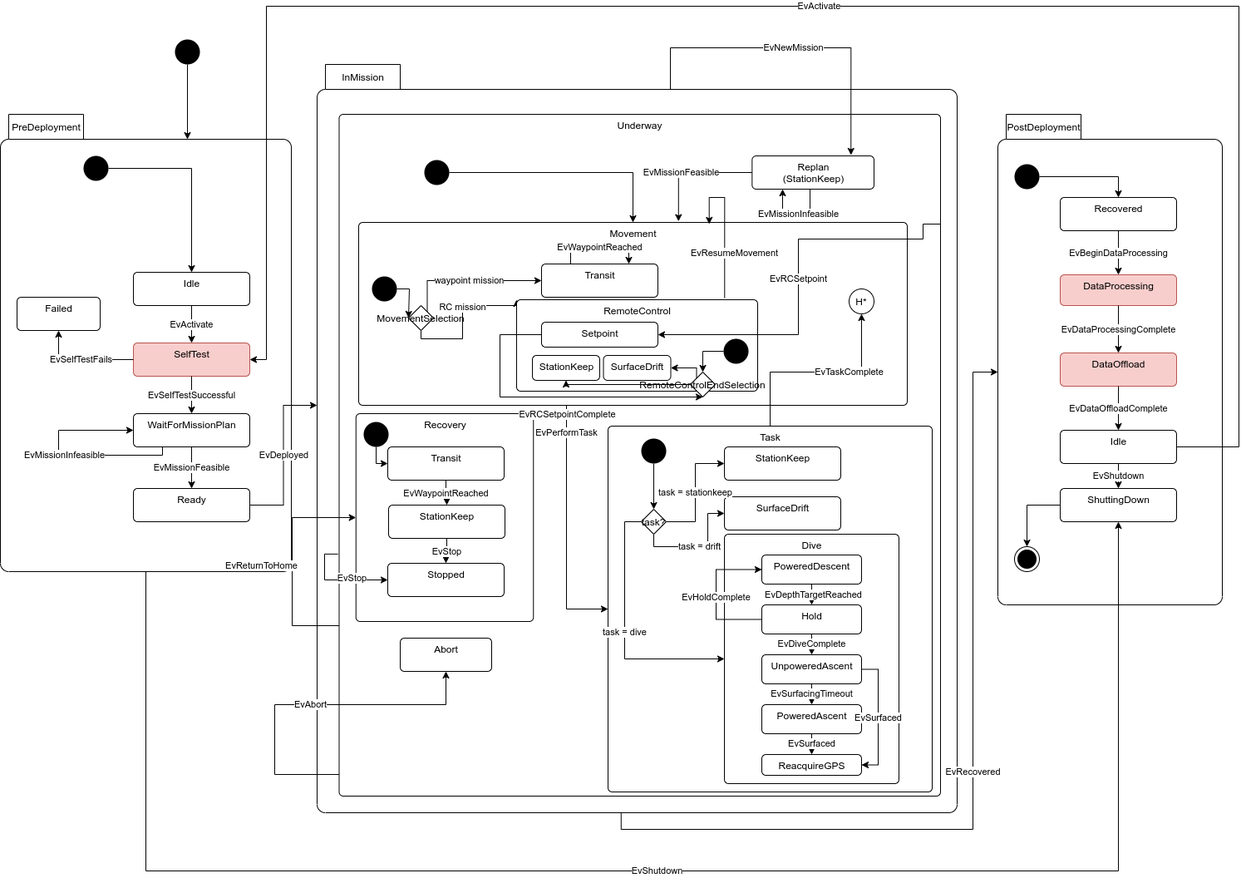
Before: src/doc/figures/mission-states.png, a diagram exported from draw.io (jaiarobotics/jaiabot). Source tidied: cells renumbered, new cells last; positions are measured from the earlier drawing's top-left corner, leaving out a move shared by most shapes.
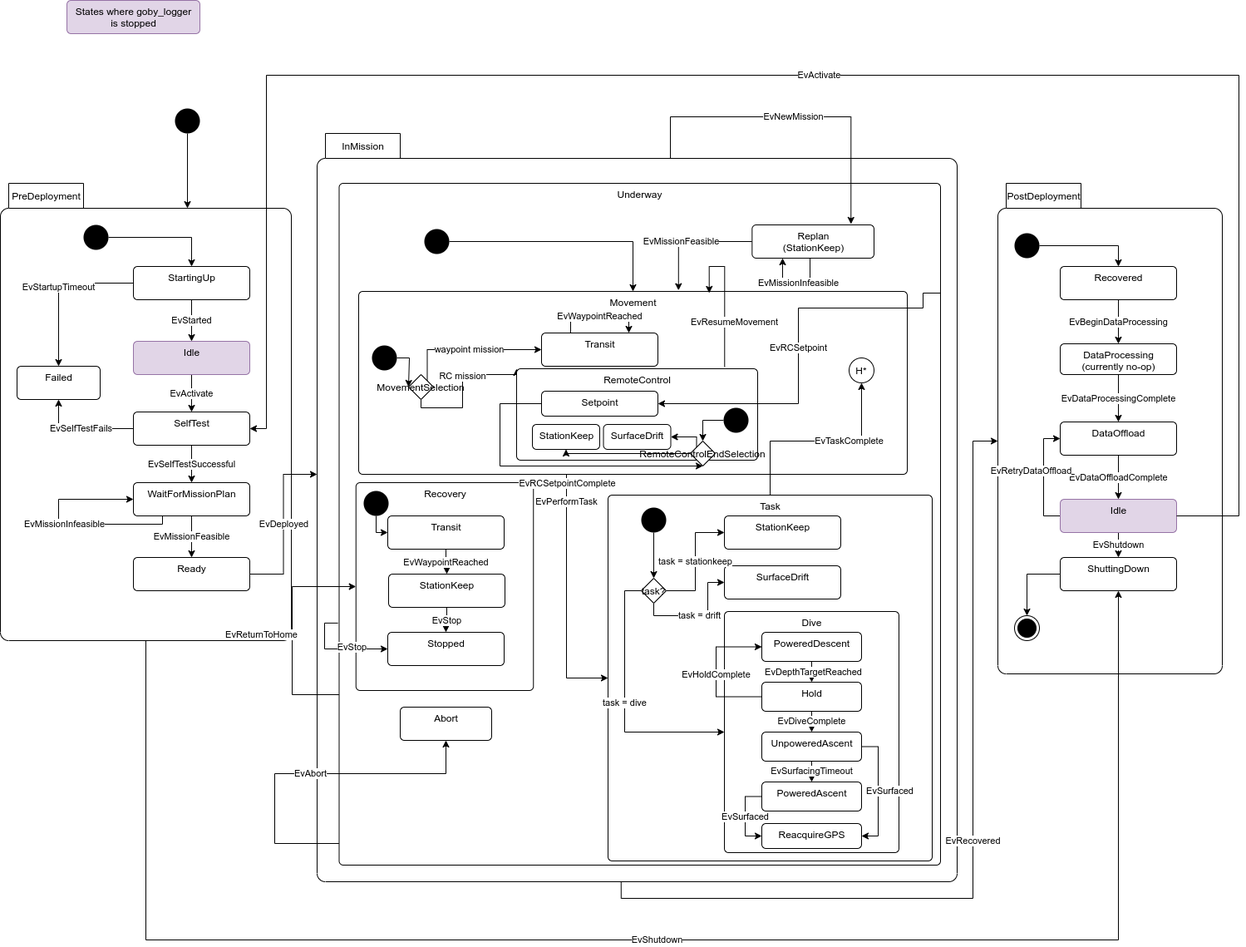
Above is the later version.

The edit, as a diff of the source:
```diff
@@ -11,13 +11,13 @@
     <mxCell id="4" value="Recovered" style="html=1;align=center;verticalAlign=top;rounded=1;absoluteArcSize=1;arcSize=10;dashed=0;" parent="2" vertex="1">
       <mxGeometry x="75" y="90" width="140" height="40" as="geometry" />
     </mxCell>
-    <mxCell id="5" value="DataProcessing" style="html=1;align=center;verticalAlign=top;rounded=1;absoluteArcSize=1;arcSize=10;dashed=0;fillColor=#f8cecc;strokeColor=#b85450;" parent="2" vertex="1">
+    <mxCell id="5" value="DataProcessing&lt;br&gt;(currently no-op)" style="html=1;align=center;verticalAlign=top;rounded=1;absoluteArcSize=1;arcSize=10;dashed=0;" parent="2" vertex="1">
       <mxGeometry x="75" y="183" width="140" height="37" as="geometry" />
     </mxCell>
     <mxCell id="6" value="EvBeginDataProcessing" style="edgeStyle=orthogonalEdgeStyle;rounded=0;jettySize=auto;html=1;" parent="2" edge="1" source="4" target="5">
       <mxGeometry relative="1" as="geometry" />
     </mxCell>
-    <mxCell id="7" value="DataOffload" style="html=1;align=center;verticalAlign=top;rounded=1;absoluteArcSize=1;arcSize=10;dashed=0;fillColor=#f8cecc;strokeColor=#b85450;" parent="2" vertex="1">
+    <mxCell id="7" value="DataOffload" style="html=1;align=center;verticalAlign=top;rounded=1;absoluteArcSize=1;arcSize=10;dashed=0;" parent="2" vertex="1">
       <mxGeometry x="75" y="277" width="140" height="40" as="geometry" />
     </mxCell>
     <mxCell id="8" value="EvDataProcessingComplete" style="edgeStyle=orthogonalEdgeStyle;rounded=0;jettySize=auto;html=1;" parent="2" edge="1" source="5" target="7">
@@ -46,7 +46,15 @@
     <mxCell id="15" value="EvShutdown" style="edgeStyle=orthogonalEdgeStyle;rounded=0;jettySize=auto;html=1;entryX=0.5;entryY=0;entryDx=0;entryDy=0;" parent="2" edge="1" source="16" target="10">
       <mxGeometry relative="1" as="geometry" />
     </mxCell>
+    <mxCell id="106" value="EvRetryDataOffload" style="edgeStyle=orthogonalEdgeStyle;rounded=0;jettySize=auto;html=1;entryX=0;entryY=0.5;entryDx=0;entryDy=0;" parent="2" edge="1" source="16" target="7">
+      <mxGeometry x="0.12" y="15" relative="1" as="geometry">
+        <Array as="points">
+          <mxPoint x="55" y="390" />
+          <mxPoint x="55" y="297" />
+        </Array>
+      </mxGeometry>
+    </mxCell>
-    <mxCell id="16" value="Idle" style="html=1;align=center;verticalAlign=top;rounded=1;absoluteArcSize=1;arcSize=10;dashed=0;" parent="2" vertex="1">
+    <mxCell id="16" value="Idle" style="html=1;align=center;verticalAlign=top;rounded=1;absoluteArcSize=1;arcSize=10;dashed=0;fillColor=#e1d5e7;strokeColor=#9673a6;" parent="2" vertex="1">
       <mxGeometry x="75" y="370" width="140" height="40" as="geometry" />
     </mxCell>
     <mxCell id="17" style="group;" parent="1" vertex="1">
@@ -55,7 +63,7 @@
     <mxCell id="18" value="PreDeployment" style="shape=folder;align=center;verticalAlign=middle;fontStyle=0;tabWidth=100;tabHeight=30;tabPosition=left;html=1;boundedLbl=1;labelInHeader=1;rounded=1;absoluteArcSize=1;arcSize=10;" parent="17" vertex="1">
       <mxGeometry x="-80" y="-40" width="350" height="550" as="geometry" />
     </mxCell>
-    <mxCell id="19" value="SelfTest" style="html=1;align=center;verticalAlign=top;rounded=1;absoluteArcSize=1;arcSize=10;dashed=0;fillColor=#f8cecc;strokeColor=#b85450;" parent="17" vertex="1">
+    <mxCell id="19" value="SelfTest" style="html=1;align=center;verticalAlign=top;rounded=1;absoluteArcSize=1;arcSize=10;dashed=0;" parent="17" vertex="1">
       <mxGeometry x="80" y="235" width="140" height="40" as="geometry" />
     </mxCell>
     <mxCell id="20" value="WaitForMissionPlan" style="html=1;align=center;verticalAlign=top;rounded=1;absoluteArcSize=1;arcSize=10;dashed=0;" parent="17" vertex="1">
@@ -70,7 +78,7 @@
     <mxCell id="23" value="EvMissionFeasible" style="edgeStyle=orthogonalEdgeStyle;rounded=0;jettySize=auto;html=1;" parent="17" edge="1" source="20" target="22">
       <mxGeometry relative="1" as="geometry" />
     </mxCell>
-    <mxCell id="24" style="edgeStyle=orthogonalEdgeStyle;rounded=0;jettySize=auto;html=1;entryX=0.5;entryY=0;entryDx=0;entryDy=0;" parent="17" edge="1" source="25" target="30">
+    <mxCell id="24" style="edgeStyle=orthogonalEdgeStyle;rounded=0;jettySize=auto;html=1;entryX=0.5;entryY=0;entryDx=0;entryDy=0;" parent="17" edge="1" source="25" target="108">
       <mxGeometry relative="1" as="geometry" />
     </mxCell>
     <mxCell id="25" style="ellipse;fillColor=#000000;strokeColor=none;" parent="17" vertex="1">
@@ -94,9 +102,18 @@
     <mxCell id="29" value="EvActivate" style="edgeStyle=orthogonalEdgeStyle;rounded=0;jettySize=auto;html=1;entryX=0.5;entryY=0;entryDx=0;entryDy=0;" parent="17" edge="1" source="30" target="19">
       <mxGeometry relative="1" as="geometry" />
     </mxCell>
-    <mxCell id="30" value="Idle" style="html=1;align=center;verticalAlign=top;rounded=1;absoluteArcSize=1;arcSize=10;dashed=0;" parent="17" vertex="1">
+    <mxCell id="30" value="Idle" style="html=1;align=center;verticalAlign=top;rounded=1;absoluteArcSize=1;arcSize=10;dashed=0;fillColor=#e1d5e7;strokeColor=#9673a6;" parent="17" vertex="1">
       <mxGeometry x="80" y="150" width="140" height="40" as="geometry" />
     </mxCell>
+    <mxCell id="107" value="EvStarted" style="edgeStyle=orthogonalEdgeStyle;rounded=0;jettySize=auto;html=1;entryX=0.5;entryY=0;entryDx=0;entryDy=0;" parent="17" edge="1" source="108" target="30">
+      <mxGeometry relative="1" as="geometry" />
+    </mxCell>
+    <mxCell id="108" value="StartingUp" style="html=1;align=center;verticalAlign=top;rounded=1;absoluteArcSize=1;arcSize=10;dashed=0;" parent="17" vertex="1">
+      <mxGeometry x="80" y="60" width="140" height="40" as="geometry" />
+    </mxCell>
+    <mxCell id="109" value="EvStartupTimeout" style="edgeStyle=orthogonalEdgeStyle;rounded=0;jettySize=auto;html=1;entryX=0.5;entryY=0;entryDx=0;entryDy=0;exitX=0;exitY=0.5;exitDx=0;exitDy=0;" parent="17" edge="1" source="108" target="27">
+      <mxGeometry relative="1" as="geometry" />
+    </mxCell>
     <mxCell id="31" style="group;" parent="1" vertex="1">
       <mxGeometry x="401" y="170" width="830" height="800" as="geometry" />
     </mxCell>
@@ -221,7 +238,7 @@
       <mxGeometry x="140" y="25" width="140" height="40" as="geometry" />
     </mxCell>
     <mxCell id="59" value="Dive" style="html=1;align=center;verticalAlign=top;rounded=1;absoluteArcSize=1;arcSize=10;dashed=0;" parent="56" vertex="1">
-      <mxGeometry x="140" y="130" width="210" height="300" as="geometry" />
+      <mxGeometry x="140" y="140" width="210" height="290" as="geometry" />
     </mxCell>
     <mxCell id="60" value="SurfaceDrift" style="html=1;align=center;verticalAlign=top;rounded=1;absoluteArcSize=1;arcSize=10;dashed=0;" parent="56" vertex="1">
       <mxGeometry x="140" y="85" width="140" height="40" as="geometry" />
@@ -262,7 +279,7 @@
       <mxGeometry x="0.03" y="-1" relative="1" as="geometry" />
     </mxCell>
     <mxCell id="69" value="PoweredDescent" style="html=1;align=center;verticalAlign=top;rounded=1;absoluteArcSize=1;arcSize=10;dashed=0;" parent="56" vertex="1">
-      <mxGeometry x="185" y="155" width="120" height="35" as="geometry" />
+      <mxGeometry x="185" y="165" width="120" height="35" as="geometry" />
     </mxCell>
     <mxCell id="70" value="EvDiveComplete" style="edgeStyle=orthogonalEdgeStyle;rounded=0;jettySize=auto;html=1;" parent="56" edge="1" source="72" target="74">
       <mxGeometry relative="1" as="geometry" />
@@ -270,33 +287,33 @@
     <mxCell id="71" value="EvHoldComplete" style="edgeStyle=orthogonalEdgeStyle;rounded=0;jettySize=auto;html=1;entryX=0;entryY=0.5;entryDx=0;entryDy=0;exitX=0;exitY=0.5;exitDx=0;exitDy=0;" parent="56" edge="1" source="72" target="69">
       <mxGeometry x="-0.03" relative="1" as="geometry">
         <Array as="points">
-          <mxPoint x="130" y="233" />
-          <mxPoint x="130" y="173" />
+          <mxPoint x="130" y="243" />
+          <mxPoint x="130" y="183" />
         </Array>
         <mxPoint y="1" as="offset" />
       </mxGeometry>
     </mxCell>
     <mxCell id="72" value="Hold" style="html=1;align=center;verticalAlign=top;rounded=1;absoluteArcSize=1;arcSize=10;dashed=0;" parent="56" vertex="1">
-      <mxGeometry x="185" y="215" width="120" height="35" as="geometry" />
+      <mxGeometry x="185" y="225" width="120" height="35" as="geometry" />
     </mxCell>
     <mxCell id="73" value="EvSurfacingTimeout" style="edgeStyle=orthogonalEdgeStyle;rounded=0;jettySize=auto;html=1;entryX=0.5;entryY=0;entryDx=0;entryDy=0;" parent="56" edge="1" source="74" target="76">
       <mxGeometry relative="1" as="geometry" />
     </mxCell>
+    <mxCell id="78" value="EvSurfaced" style="edgeStyle=orthogonalEdgeStyle;rounded=0;jettySize=auto;html=1;entryX=1;entryY=0.5;entryDx=0;entryDy=0;exitX=1;exitY=0.5;exitDx=0;exitDy=0;" parent="56" edge="1" source="74" target="77">
+      <mxGeometry x="-0.02" y="14" relative="1" as="geometry" />
+    </mxCell>
     <mxCell id="74" value="UnpoweredAscent" style="html=1;align=center;verticalAlign=top;rounded=1;absoluteArcSize=1;arcSize=10;dashed=0;" parent="56" vertex="1">
-      <mxGeometry x="185" y="275" width="120" height="35" as="geometry" />
+      <mxGeometry x="185" y="285" width="120" height="35" as="geometry" />
     </mxCell>
-    <mxCell id="75" value="EvSurfaced" style="edgeStyle=orthogonalEdgeStyle;rounded=0;jettySize=auto;html=1;" parent="56" edge="1" source="76" target="77">
+    <mxCell id="75" value="EvSurfaced" style="edgeStyle=orthogonalEdgeStyle;rounded=0;jettySize=auto;html=1;entryX=0;entryY=0.5;entryDx=0;entryDy=0;exitX=0;exitY=0.5;exitDx=0;exitDy=0;" parent="56" edge="1" source="76" target="77">
       <mxGeometry relative="1" as="geometry" />
     </mxCell>
     <mxCell id="76" value="PoweredAscent" style="html=1;align=center;verticalAlign=top;rounded=1;absoluteArcSize=1;arcSize=10;dashed=0;" parent="56" vertex="1">
-      <mxGeometry x="185" y="335" width="120" height="35" as="geometry" />
+      <mxGeometry x="185" y="345" width="120" height="35" as="geometry" />
     </mxCell>
     <mxCell id="77" value="ReacquireGPS" style="html=1;align=center;verticalAlign=top;rounded=1;absoluteArcSize=1;arcSize=10;dashed=0;" parent="56" vertex="1">
-      <mxGeometry x="185" y="395" width="120" height="25" as="geometry" />
+      <mxGeometry x="185" y="395" width="120" height="30" as="geometry" />
     </mxCell>
-    <mxCell id="78" value="EvSurfaced" style="edgeStyle=orthogonalEdgeStyle;rounded=0;jettySize=auto;html=1;exitX=1;exitY=0.5;exitDx=0;exitDy=0;entryX=1;entryY=0.5;entryDx=0;entryDy=0;" parent="56" edge="1" source="74" target="77">
-      <mxGeometry relative="1" as="geometry" />
-    </mxCell>
     <mxCell id="79" value="EvNewMission" style="edgeStyle=orthogonalEdgeStyle;rounded=0;jettySize=auto;html=1;exitX=0;exitY=0;exitDx=425;exitDy=30;exitPerimeter=0;entryX=0.811;entryY=-0.025;entryDx=0;entryDy=0;entryPerimeter=0;" parent="31" edge="1" source="32" target="82">
       <mxGeometry relative="1" as="geometry" />
     </mxCell>
@@ -445,5 +462,8 @@
         </Array>
       </mxGeometry>
     </mxCell>
+    <mxCell id="110" value="States where goby_logger&lt;br&gt;is stopped" style="html=1;align=center;verticalAlign=top;rounded=1;absoluteArcSize=1;arcSize=10;dashed=0;fillColor=#e1d5e7;strokeColor=#9673a6;" parent="1" vertex="1">
+      <mxGeometry x="80" y="-90" width="160" height="40" as="geometry" />
+    </mxCell>
   </root>
 </mxGraphModel>
```
